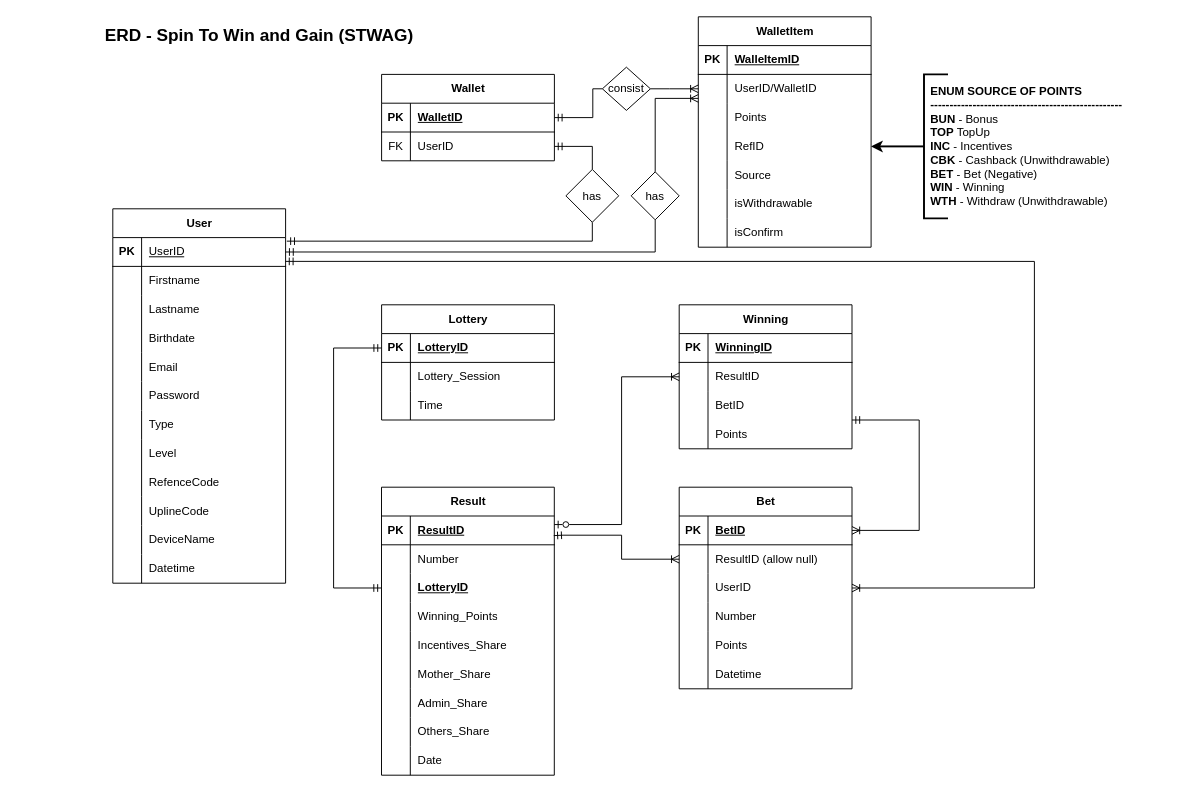
Earlier version of the draw.io diagram page "DFD" (3 of 3) of STWAG.drawio (ediangca/STWAG). Source tidied: cells renumbered, new cells numbered last; positions are measured from the earlier drawing's top-left corner, leaving out a move shared by most shapes. Both pictures are drawn from the tidied source at 96%, with x=0, y=0 at pixel (103, 16).
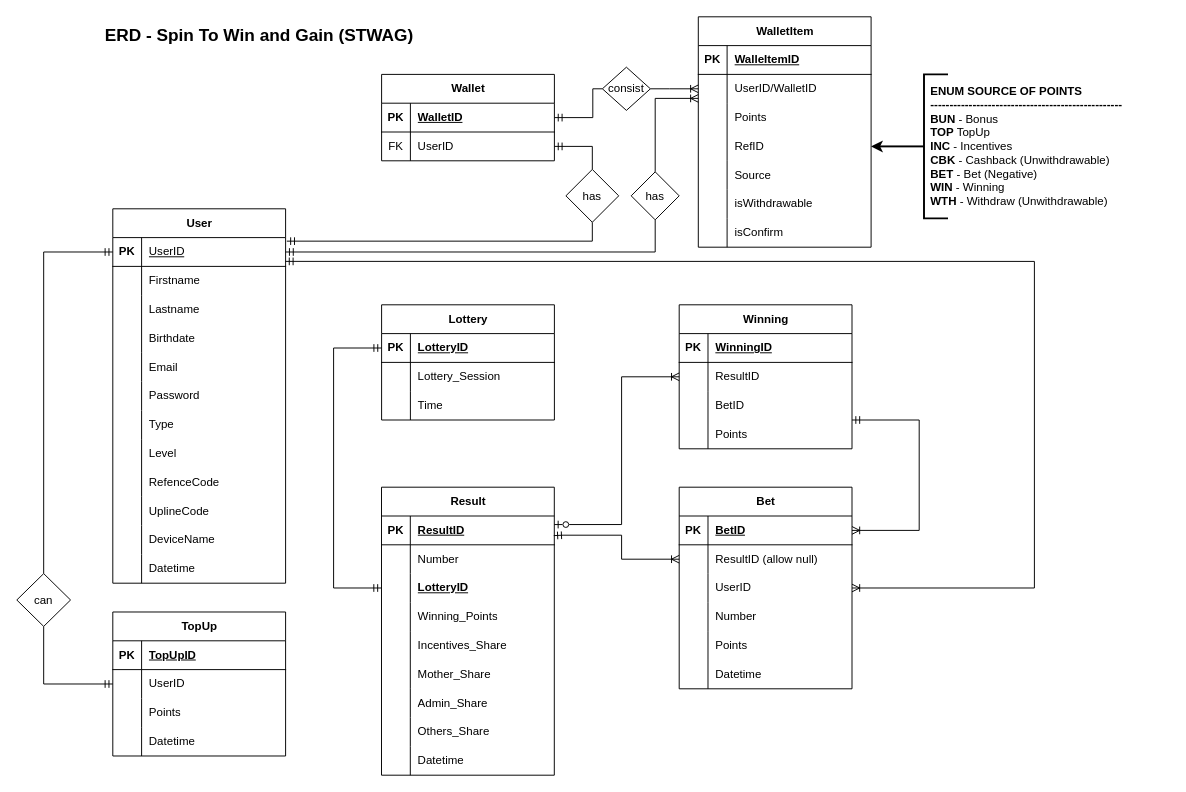
Above is the later version.

The change refers to these unchanged cells:
```xml
<mxCell id="14" value="PK" style="shape=partialRectangle;fillColor=none;top=0;left=0;bottom=0;right=0;fontStyle=1;overflow=hidden;whiteSpace=wrap;html=1;" parent="13" vertex="1">
  <mxGeometry width="30" height="30" as="geometry" />
</mxCell>
<mxCell id="74" style="shape=tableRow;horizontal=0;startSize=0;swimlaneHead=0;swimlaneBody=0;fillColor=none;top=0;left=0;right=0;bottom=0;" parent="49" vertex="1">
  <mxGeometry y="270" width="180" height="30" as="geometry" />
</mxCell>
```

Diff of the diagram source:
```diff
@@
-    <mxCell id="76" value="Date" style="shape=partialRectangle;fillColor=none;top=0;left=0;bottom=0;right=0;align=left;spacingLeft=6;overflow=hidden;whiteSpace=wrap;html=1;" parent="74" vertex="1">
+    <mxCell id="76" value="Datetime" style="shape=partialRectangle;fillColor=none;top=0;left=0;bottom=0;right=0;align=left;spacingLeft=6;overflow=hidden;whiteSpace=wrap;html=1;" parent="74" vertex="1">
       <mxGeometry x="30" width="150" height="30" as="geometry" />
     </mxCell>
@@
+    <mxCell id="158" value="TopUp" style="shape=table;startSize=30;childLayout=tableLayout;rowLines=0;fontStyle=1;align=center;html=1;" parent="1" vertex="1">
+      <mxGeometry x="10" y="620" width="180" height="150" as="geometry" />
+    </mxCell>
+    <mxCell id="159" style="shape=tableRow;horizontal=0;startSize=0;swimlaneHead=0;swimlaneBody=0;fillColor=none;top=0;left=0;right=0;bottom=1;" parent="158" vertex="1">
+      <mxGeometry y="30" width="180" height="30" as="geometry" />
+    </mxCell>
+    <mxCell id="160" value="PK" style="shape=partialRectangle;fillColor=none;top=0;left=0;bottom=0;right=0;fontStyle=1;overflow=hidden;whiteSpace=wrap;html=1;" parent="159" vertex="1">
+      <mxGeometry width="30" height="30" as="geometry" />
+    </mxCell>
+    <mxCell id="161" value="TopUpID" style="shape=partialRectangle;fillColor=none;top=0;left=0;bottom=0;right=0;align=left;spacingLeft=6;fontStyle=5;overflow=hidden;whiteSpace=wrap;html=1;" parent="159" vertex="1">
+      <mxGeometry x="30" width="150" height="30" as="geometry" />
+    </mxCell>
+    <mxCell id="162" style="shape=tableRow;horizontal=0;startSize=0;swimlaneHead=0;swimlaneBody=0;fillColor=none;top=0;left=0;right=0;bottom=0;" parent="158" vertex="1">
+      <mxGeometry y="60" width="180" height="30" as="geometry" />
+    </mxCell>
+    <mxCell id="163" style="shape=partialRectangle;fillColor=none;top=0;left=0;bottom=0;right=0;overflow=hidden;whiteSpace=wrap;html=1;" parent="162" vertex="1">
+      <mxGeometry width="30" height="30" as="geometry" />
+    </mxCell>
+    <mxCell id="164" value="UserID" style="shape=partialRectangle;fillColor=none;top=0;left=0;bottom=0;right=0;align=left;spacingLeft=6;overflow=hidden;whiteSpace=wrap;html=1;" parent="162" vertex="1">
+      <mxGeometry x="30" width="150" height="30" as="geometry" />
+    </mxCell>
+    <mxCell id="165" style="shape=tableRow;horizontal=0;startSize=0;swimlaneHead=0;swimlaneBody=0;fillColor=none;top=0;left=0;right=0;bottom=0;" parent="158" vertex="1">
+      <mxGeometry y="90" width="180" height="30" as="geometry" />
+    </mxCell>
+    <mxCell id="166" style="shape=partialRectangle;fillColor=none;top=0;left=0;bottom=0;right=0;overflow=hidden;whiteSpace=wrap;html=1;" parent="165" vertex="1">
+      <mxGeometry width="30" height="30" as="geometry" />
+    </mxCell>
+    <mxCell id="167" value="Points" style="shape=partialRectangle;fillColor=none;top=0;left=0;bottom=0;right=0;align=left;spacingLeft=6;overflow=hidden;whiteSpace=wrap;html=1;" parent="165" vertex="1">
+      <mxGeometry x="30" width="150" height="30" as="geometry" />
+    </mxCell>
+    <mxCell id="168" style="shape=tableRow;horizontal=0;startSize=0;swimlaneHead=0;swimlaneBody=0;fillColor=none;top=0;left=0;right=0;bottom=0;" parent="158" vertex="1">
+      <mxGeometry y="120" width="180" height="30" as="geometry" />
+    </mxCell>
+    <mxCell id="169" style="shape=partialRectangle;fillColor=none;top=0;left=0;bottom=0;right=0;overflow=hidden;whiteSpace=wrap;html=1;" parent="168" vertex="1">
+      <mxGeometry width="30" height="30" as="geometry" />
+    </mxCell>
+    <mxCell id="170" value="Datetime" style="shape=partialRectangle;fillColor=none;top=0;left=0;bottom=0;right=0;align=left;spacingLeft=6;overflow=hidden;whiteSpace=wrap;html=1;" parent="168" vertex="1">
+      <mxGeometry x="30" width="150" height="30" as="geometry" />
+    </mxCell>
+    <mxCell id="171" style="edgeStyle=orthogonalEdgeStyle;fontSize=12;html=1;endArrow=ERmandOne;startArrow=none;rounded=0;fontFamily=Helvetica;fontColor=default;fontStyle=1;exitX=0.5;exitY=1;exitDx=0;exitDy=0;endFill=0;startFill=0;entryX=0;entryY=0.5;entryDx=0;entryDy=0;" parent="1" edge="1" source="173" target="163">
+      <mxGeometry relative="1" as="geometry" />
+    </mxCell>
+    <mxCell id="172" style="edgeStyle=orthogonalEdgeStyle;fontSize=12;html=1;endArrow=none;startArrow=ERmandOne;rounded=0;fontFamily=Helvetica;fontColor=default;fontStyle=1;exitX=0;exitY=0.5;exitDx=0;exitDy=0;endFill=0;startFill=0;entryX=0.5;entryY=0;entryDx=0;entryDy=0;" parent="1" edge="1" source="14" target="173">
+      <mxGeometry relative="1" as="geometry">
+        <Array as="points">
+          <mxPoint x="-62" y="245" />
+        </Array>
+      </mxGeometry>
+    </mxCell>
+    <mxCell id="173" value="can" style="rhombus;whiteSpace=wrap;html=1;" parent="1" vertex="1">
+      <mxGeometry x="-90" y="580" width="56" height="55" as="geometry" />
+    </mxCell>
```
